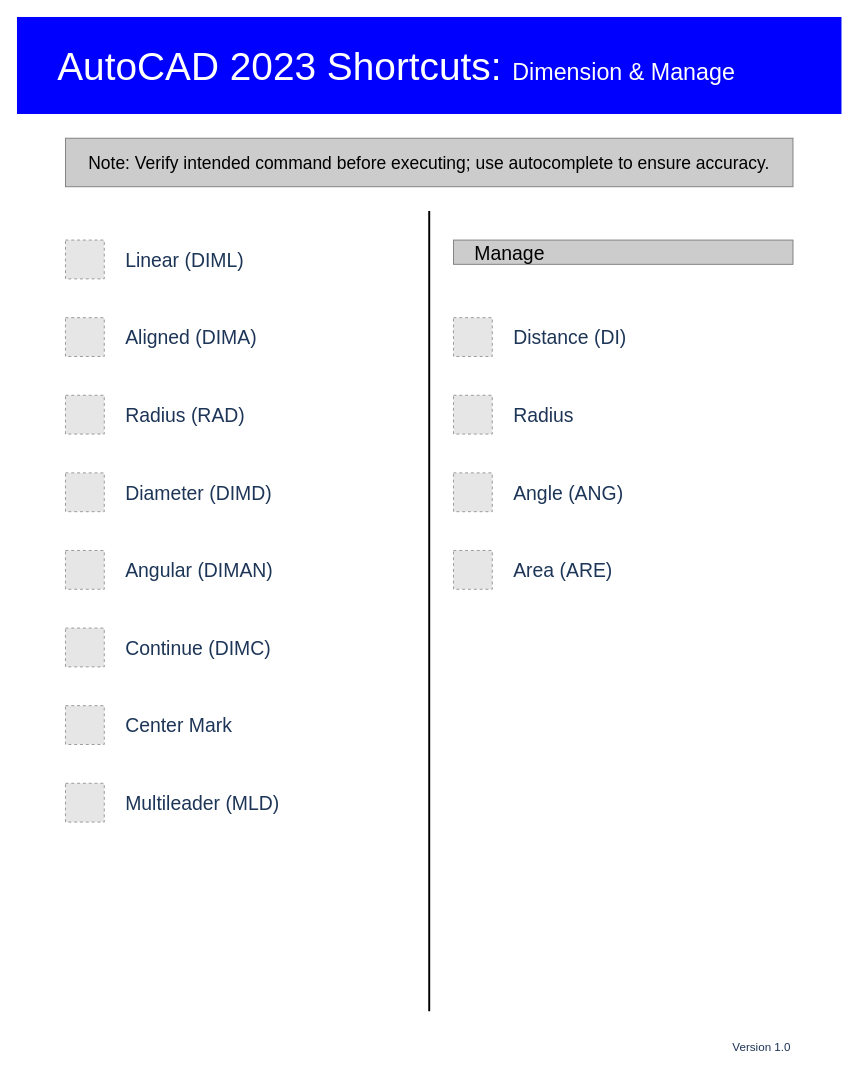
Earlier version of the draw.io diagram page "Dimension" (3 of 4) of drawio/autoCAD-cheat-sheets-shortcuts.drawio (EvokeMadness/AutoCAD-hot-keys). Source tidied: cells renumbered, new cells numbered last; positions are measured from the earlier drawing's top-left corner, leaving out a move shared by most shapes. Both pictures are drawn from the tidied source at 97%, with x=0, y=0 at pixel (16, 16). Pictures stored in the file or linked from it are replaced by grey dashed boxes.
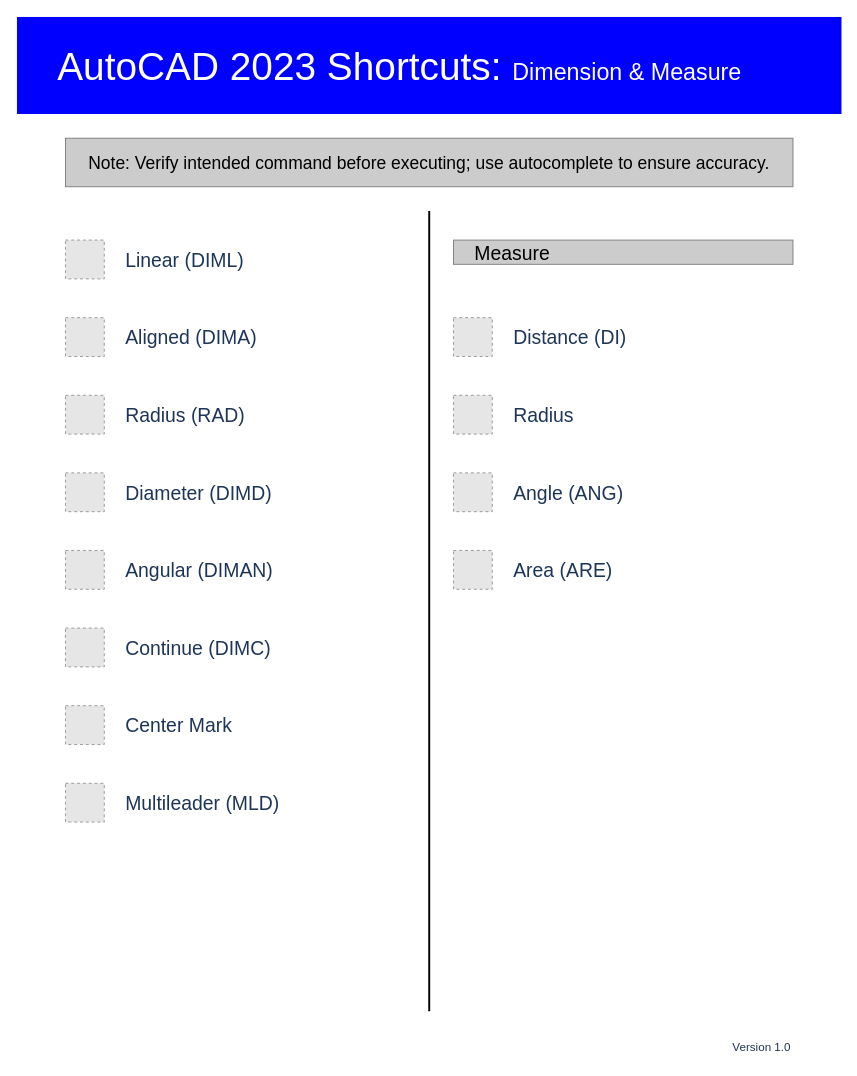
The same diagram, later.

Commit message (it also covers changes not shown here):
change manage to measure

Diff of the diagram source:
```diff
@@
 <mxGraphModel background="#ffffff">
   <root>
     <mxCell id="0" />
     <mxCell id="1" parent="0" />
-    <mxCell id="2" value="&lt;span style=&quot;font-weight: normal&quot;&gt;&lt;font style=&quot;font-size: 40px&quot;&gt;AutoCAD 2023 Shortcuts: &lt;/font&gt;&lt;font style=&quot;font-size: 24px&quot;&gt;Dimension &amp;amp; Manage&lt;/font&gt;&lt;/span&gt;" style="text;strokeColor=none;fillColor=#0000FF;html=1;fontSize=40;fontStyle=1;verticalAlign=middle;align=left;fontFamily=Helvetica;spacingLeft=40;fontColor=#FFFFFF;" parent="1" vertex="1">
+    <mxCell id="2" value="&lt;span style=&quot;font-weight: normal&quot;&gt;&lt;font style=&quot;font-size: 40px&quot;&gt;AutoCAD 2023 Shortcuts: &lt;/font&gt;&lt;font style=&quot;font-size: 24px&quot;&gt;Dimension &amp;amp; Measure&lt;/font&gt;&lt;/span&gt;" style="text;strokeColor=none;fillColor=#0000FF;html=1;fontSize=40;fontStyle=1;verticalAlign=middle;align=left;fontFamily=Helvetica;spacingLeft=40;fontColor=#FFFFFF;" parent="1" vertex="1">
       <mxGeometry width="850" height="100" as="geometry" />
     </mxCell>
     <mxCell id="3" value="Distance (DI)" style="fillColor=#E6E6E6;strokeColor=#999999;dashed=1;html=1;verticalLabelPosition=middle;verticalAlign=middle;fontColor=#1D3557;fontStyle=0;labelPosition=right;align=left;fontSize=20;spacingLeft=20;fontFamily=Helvetica;" parent="1" vertex="1">
       <mxGeometry x="450" y="310" width="40" height="40" as="geometry" />
     </mxCell>
     <mxCell id="4" value="Radius" style="fillColor=#E6E6E6;strokeColor=#999999;dashed=1;html=1;verticalLabelPosition=middle;verticalAlign=middle;fontColor=#1D3557;fontStyle=0;labelPosition=right;align=left;fontSize=20;spacingLeft=20;fontFamily=Helvetica;" parent="1" vertex="1">
       <mxGeometry x="450" y="390" width="40" height="40" as="geometry" />
     </mxCell>
     <mxCell id="5" style="endArrow=none;html=1;rounded=0;fontSize=24;strokeColor=#000000;strokeWidth=2;fontFamily=Helvetica;" parent="1" edge="1">
       <mxGeometry relative="1" as="geometry">
         <mxPoint x="425" y="1025" as="sourcePoint" />
         <mxPoint x="425" y="200" as="targetPoint" />
       </mxGeometry>
     </mxCell>
     <mxCell id="6" value="Version 1.0" style="text;html=1;strokeColor=none;fillColor=none;align=right;verticalAlign=middle;whiteSpace=wrap;rounded=0;sketch=0;fontColor=#1D3557;fontFamily=Helvetica;" parent="1" vertex="1">
       <mxGeometry x="50" y="1050" width="750" height="25" as="geometry" />
     </mxCell>
     <mxCell id="7" value="Angle (ANG)" style="fillColor=#E6E6E6;strokeColor=#999999;dashed=1;html=1;verticalLabelPosition=middle;verticalAlign=middle;fontColor=#1D3557;fontStyle=0;labelPosition=right;align=left;fontSize=20;spacingLeft=20;fontFamily=Helvetica;" parent="1" vertex="1">
       <mxGeometry x="450" y="470" width="40" height="40" as="geometry" />
     </mxCell>
     <mxCell id="8" value="Area (ARE)" style="fillColor=#E6E6E6;strokeColor=#999999;dashed=1;html=1;verticalLabelPosition=middle;verticalAlign=middle;fontColor=#1D3557;fontStyle=0;labelPosition=right;align=left;fontSize=20;spacingLeft=20;fontFamily=Helvetica;" parent="1" vertex="1">
       <mxGeometry x="450" y="550" width="40" height="40" as="geometry" />
     </mxCell>
-    <mxCell id="9" value="Manage" style="rounded=0;whiteSpace=wrap;html=1;fontColor=#000000;fillColor=#CCCCCC;strokeColor=#808080;fontSize=20;labelPosition=center;verticalLabelPosition=middle;align=left;verticalAlign=middle;spacingLeft=20;" parent="1" vertex="1">
+    <mxCell id="9" value="Measure" style="rounded=0;whiteSpace=wrap;html=1;fontColor=#000000;fillColor=#CCCCCC;strokeColor=#808080;fontSize=20;labelPosition=center;verticalLabelPosition=middle;align=left;verticalAlign=middle;spacingLeft=20;" parent="1" vertex="1">
       <mxGeometry x="450" y="230" width="350" height="25" as="geometry" />
     </mxCell>
     <mxCell id="10" value="Linear (DIML)" style="fillColor=#E6E6E6;strokeColor=#999999;dashed=1;html=1;verticalLabelPosition=middle;verticalAlign=middle;fontColor=#1D3557;fontStyle=0;fontSize=20;spacingLeft=20;labelPosition=right;align=left;fontFamily=Helvetica;" parent="1" vertex="1">
       <mxGeometry x="50" y="230" width="40" height="40" as="geometry" />
     </mxCell>
     <mxCell id="11" value="Aligned (DIMA)" style="fillColor=#E6E6E6;strokeColor=#999999;dashed=1;html=1;verticalLabelPosition=middle;verticalAlign=middle;fontColor=#1D3557;fontStyle=0;fontSize=20;spacingLeft=20;labelPosition=right;align=left;fontFamily=Helvetica;" parent="1" vertex="1">
       <mxGeometry x="50" y="310" width="40" height="40" as="geometry" />
     </mxCell>
     <mxCell id="12" value="Radius (RAD)" style="fillColor=#E6E6E6;strokeColor=#999999;dashed=1;html=1;verticalLabelPosition=middle;verticalAlign=middle;fontColor=#1D3557;fontStyle=0;fontSize=20;spacingLeft=20;labelPosition=right;align=left;fontFamily=Helvetica;" parent="1" vertex="1">
       <mxGeometry x="50" y="390" width="40" height="40" as="geometry" />
     </mxCell>
     <mxCell id="13" value="Diameter (DIMD)" style="fillColor=#E6E6E6;strokeColor=#999999;dashed=1;html=1;verticalLabelPosition=middle;verticalAlign=middle;fontColor=#1D3557;fontStyle=0;fontSize=20;spacingLeft=20;labelPosition=right;align=left;fontFamily=Helvetica;" parent="1" vertex="1">
       <mxGeometry x="50" y="470" width="40" height="40" as="geometry" />
     </mxCell>
     <mxCell id="14" value="Angular (DIMAN)" style="fillColor=#E6E6E6;strokeColor=#999999;dashed=1;html=1;verticalLabelPosition=middle;verticalAlign=middle;fontColor=#1D3557;fontStyle=0;fontSize=20;spacingLeft=20;labelPosition=right;align=left;fontFamily=Helvetica;" parent="1" vertex="1">
       <mxGeometry x="50" y="550" width="40" height="40" as="geometry" />
     </mxCell>
     <mxCell id="15" value="Continue (DIMC)" style="fillColor=#E6E6E6;strokeColor=#999999;dashed=1;html=1;verticalLabelPosition=middle;verticalAlign=middle;fontColor=#1D3557;fontStyle=0;fontSize=20;spacingLeft=20;labelPosition=right;align=left;fontFamily=Helvetica;" parent="1" vertex="1">
       <mxGeometry x="50" y="630" width="40" height="40" as="geometry" />
     </mxCell>
     <mxCell id="16" value="Multileader (MLD)" style="fillColor=#E6E6E6;strokeColor=#999999;dashed=1;html=1;verticalLabelPosition=middle;verticalAlign=middle;fontColor=#1D3557;fontStyle=0;fontSize=20;spacingLeft=20;labelPosition=right;align=left;fontFamily=Helvetica;" parent="1" vertex="1">
       <mxGeometry x="50" y="790" width="40" height="40" as="geometry" />
     </mxCell>
     <mxCell id="17" value="Center Mark" style="fillColor=#E6E6E6;strokeColor=#999999;dashed=1;html=1;verticalLabelPosition=middle;verticalAlign=middle;fontColor=#1D3557;fontStyle=0;fontSize=20;spacingLeft=20;labelPosition=right;align=left;fontFamily=Helvetica;" parent="1" vertex="1">
       <mxGeometry x="50" y="710" width="40" height="40" as="geometry" />
     </mxCell>
     <mxCell id="18" value="&lt;span id=&quot;docs-internal-guid-dffe1089-7fff-6090-5f07-a811dc3f7ac0&quot;&gt;&lt;p style=&quot;line-height:1.38;margin-top:0pt;margin-bottom:0pt;&quot; dir=&quot;ltr&quot;&gt;&lt;span style=&quot;font-size: 18px; font-family: Arial; font-variant-numeric: normal; font-variant-east-asian: normal; vertical-align: baseline;&quot;&gt;Note: Verify intended command before executing; use autocomplete to ensure accuracy.&lt;/span&gt;&lt;/p&gt;&lt;/span&gt;" style="rounded=0;whiteSpace=wrap;html=1;fontColor=#000000;fillColor=#CCCCCC;strokeColor=#808080;fontSize=20;labelPosition=center;verticalLabelPosition=middle;align=center;verticalAlign=middle;spacingLeft=0;" parent="1" vertex="1">
       <mxGeometry x="50" y="125" width="750" height="50" as="geometry" />
     </mxCell>
   </root>
 </mxGraphModel>
```
